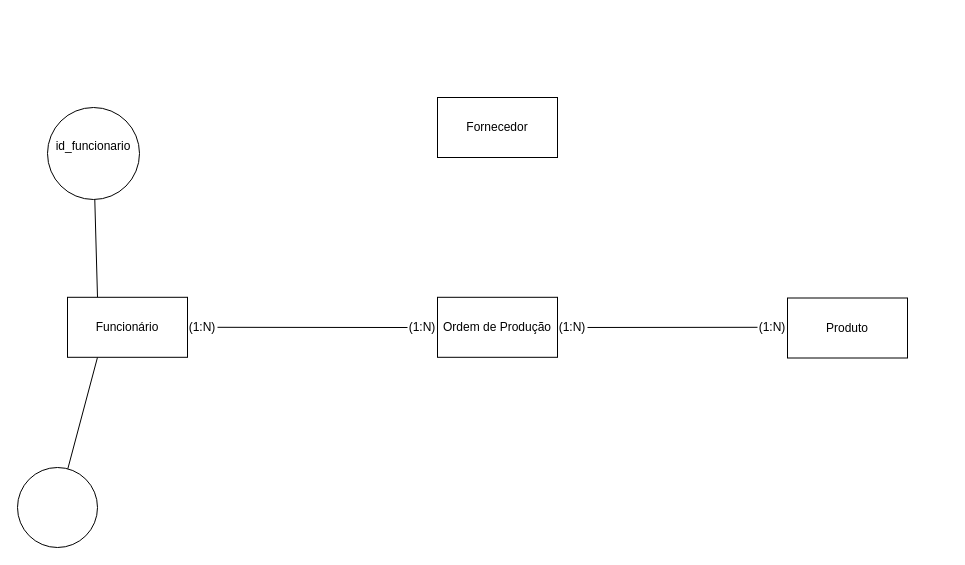
Before: page "Sistem de Gestão de Ordens de Produção" (2 of 3) of BD/exercicios_DER.drawio in marcel-aita/DEVNOITE, a draw.io diagram. Source tidied: cells renumbered, new cells numbered last; positions are measured from the earlier drawing's top-left corner, leaving out a move shared by most shapes. Both pictures are drawn from the tidied source at 100%, with x=0, y=0 at pixel (17, 97).
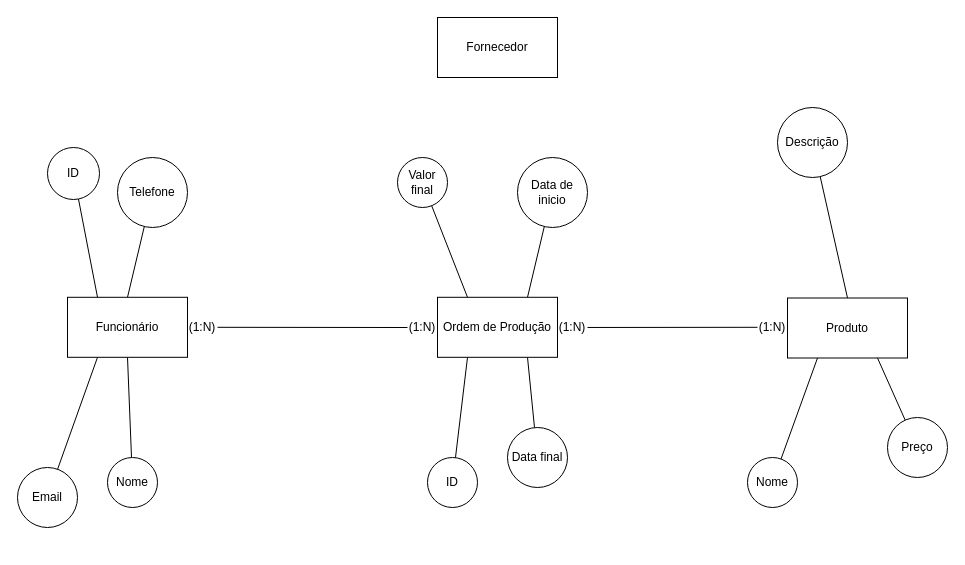
The same page after the edit.

The change refers to these unchanged cells:
```xml
<mxCell id="6" value="Funcionário" style="rounded=0;whiteSpace=wrap;html=1;" parent="1" vertex="1">
  <mxGeometry x="50" y="199.8" width="120" height="60" as="geometry" />
</mxCell>
<mxCell id="9" value="Produto" style="rounded=0;whiteSpace=wrap;html=1;" parent="1" vertex="1">
  <mxGeometry x="770" y="200.5" width="120" height="60" as="geometry" />
</mxCell>
<mxCell id="15" value="Ordem de Produção" style="rounded=0;whiteSpace=wrap;html=1;" parent="1" vertex="1">
  <mxGeometry x="420" y="199.8" width="120" height="60" as="geometry" />
</mxCell>
```

Diff of the diagram source:
```diff
@@
+    <mxCell id="21" style="edgeStyle=none;shape=connector;rounded=1;html=1;exitX=0.5;exitY=0;exitDx=0;exitDy=0;strokeColor=default;align=center;verticalAlign=middle;fontFamily=Helvetica;fontSize=12;fontColor=default;labelBackgroundColor=default;endArrow=none;endFill=0;" parent="1" edge="1" source="6" target="30">
+      <mxGeometry relative="1" as="geometry" />
+    </mxCell>
+    <mxCell id="22" style="edgeStyle=none;shape=connector;rounded=1;html=1;exitX=0.5;exitY=1;exitDx=0;exitDy=0;strokeColor=default;align=center;verticalAlign=middle;fontFamily=Helvetica;fontSize=12;fontColor=default;labelBackgroundColor=default;endArrow=none;endFill=0;" parent="1" edge="1" source="6" target="31">
+      <mxGeometry relative="1" as="geometry" />
+    </mxCell>
@@
     <mxCell id="7" value="Fornecedor" style="rounded=0;whiteSpace=wrap;html=1;" parent="1" vertex="1">
-      <mxGeometry x="420" width="120" height="60" as="geometry" />
+      <mxGeometry x="420" y="-80" width="120" height="60" as="geometry" />
     </mxCell>
-    <mxCell id="8" value="id_funcionario&lt;div&gt;&lt;br&gt;&lt;/div&gt;" style="ellipse;whiteSpace=wrap;html=1;" parent="1" vertex="1">
-      <mxGeometry x="30" y="10" width="92" height="92" as="geometry" />
+    <mxCell id="8" value="ID" style="ellipse;whiteSpace=wrap;html=1;" parent="1" vertex="1">
+      <mxGeometry x="30" y="50" width="52" height="52" as="geometry" />
     </mxCell>
+    <mxCell id="23" style="edgeStyle=none;shape=connector;rounded=1;html=1;exitX=0.25;exitY=1;exitDx=0;exitDy=0;strokeColor=default;align=center;verticalAlign=middle;fontFamily=Helvetica;fontSize=12;fontColor=default;labelBackgroundColor=default;endArrow=none;endFill=0;" parent="1" edge="1" source="9" target="35">
+      <mxGeometry relative="1" as="geometry" />
+    </mxCell>
+    <mxCell id="24" style="edgeStyle=none;shape=connector;rounded=1;html=1;exitX=0.5;exitY=0;exitDx=0;exitDy=0;strokeColor=default;align=center;verticalAlign=middle;fontFamily=Helvetica;fontSize=12;fontColor=default;labelBackgroundColor=default;endArrow=none;endFill=0;" parent="1" edge="1" source="9" target="36">
+      <mxGeometry relative="1" as="geometry" />
+    </mxCell>
+    <mxCell id="25" style="edgeStyle=none;shape=connector;rounded=1;html=1;exitX=0.75;exitY=1;exitDx=0;exitDy=0;strokeColor=default;align=center;verticalAlign=middle;fontFamily=Helvetica;fontSize=12;fontColor=default;labelBackgroundColor=default;endArrow=none;endFill=0;" parent="1" edge="1" source="9" target="37">
+      <mxGeometry relative="1" as="geometry" />
+    </mxCell>
@@
+    <mxCell id="26" style="edgeStyle=none;shape=connector;rounded=1;html=1;exitX=0.25;exitY=1;exitDx=0;exitDy=0;strokeColor=default;align=center;verticalAlign=middle;fontFamily=Helvetica;fontSize=12;fontColor=default;labelBackgroundColor=default;endArrow=none;endFill=0;" parent="1" edge="1" source="15" target="32">
+      <mxGeometry relative="1" as="geometry" />
+    </mxCell>
+    <mxCell id="27" style="edgeStyle=none;shape=connector;rounded=1;html=1;exitX=0.75;exitY=0;exitDx=0;exitDy=0;strokeColor=default;align=center;verticalAlign=middle;fontFamily=Helvetica;fontSize=12;fontColor=default;labelBackgroundColor=default;endArrow=none;endFill=0;" parent="1" edge="1" source="15" target="33">
+      <mxGeometry relative="1" as="geometry" />
+    </mxCell>
+    <mxCell id="28" style="edgeStyle=none;shape=connector;rounded=1;html=1;exitX=0.75;exitY=1;exitDx=0;exitDy=0;strokeColor=default;align=center;verticalAlign=middle;fontFamily=Helvetica;fontSize=12;fontColor=default;labelBackgroundColor=default;endArrow=none;endFill=0;" parent="1" edge="1" source="15" target="34">
+      <mxGeometry relative="1" as="geometry" />
+    </mxCell>
+    <mxCell id="29" style="edgeStyle=none;shape=connector;rounded=1;html=1;exitX=0.25;exitY=0;exitDx=0;exitDy=0;strokeColor=default;align=center;verticalAlign=middle;fontFamily=Helvetica;fontSize=12;fontColor=default;labelBackgroundColor=default;endArrow=none;endFill=0;" parent="1" edge="1" source="15" target="38">
+      <mxGeometry relative="1" as="geometry" />
+    </mxCell>
@@
-    <mxCell id="20" style="ellipse;whiteSpace=wrap;html=1;" parent="1" vertex="1">
-      <mxGeometry y="370" width="80" height="80" as="geometry" />
+    <mxCell id="20" value="Email" style="ellipse;whiteSpace=wrap;html=1;" parent="1" vertex="1">
+      <mxGeometry y="370" width="60" height="60" as="geometry" />
     </mxCell>
+    <mxCell id="30" value="Telefone" style="ellipse;whiteSpace=wrap;html=1;rounded=0;align=center;verticalAlign=middle;fontFamily=Helvetica;fontSize=12;" parent="1" vertex="1">
+      <mxGeometry x="100" y="60" width="70" height="70" as="geometry" />
+    </mxCell>
+    <mxCell id="31" value="Nome" style="ellipse;whiteSpace=wrap;html=1;rounded=0;strokeColor=default;align=center;verticalAlign=middle;fontFamily=Helvetica;fontSize=12;fontColor=default;fillColor=default;" parent="1" vertex="1">
+      <mxGeometry x="90" y="360" width="50" height="50" as="geometry" />
+    </mxCell>
+    <mxCell id="32" value="ID" style="ellipse;whiteSpace=wrap;html=1;rounded=0;strokeColor=default;align=center;verticalAlign=middle;fontFamily=Helvetica;fontSize=12;fontColor=default;fillColor=default;" parent="1" vertex="1">
+      <mxGeometry x="410" y="360" width="50" height="50" as="geometry" />
+    </mxCell>
+    <mxCell id="33" value="Data de inicio" style="ellipse;whiteSpace=wrap;html=1;rounded=0;strokeColor=default;align=center;verticalAlign=middle;fontFamily=Helvetica;fontSize=12;fontColor=default;fillColor=default;" parent="1" vertex="1">
+      <mxGeometry x="500" y="60" width="70" height="70" as="geometry" />
+    </mxCell>
+    <mxCell id="34" value="Data final" style="ellipse;whiteSpace=wrap;html=1;rounded=0;strokeColor=default;align=center;verticalAlign=middle;fontFamily=Helvetica;fontSize=12;fontColor=default;fillColor=default;" parent="1" vertex="1">
+      <mxGeometry x="490" y="330" width="60" height="60" as="geometry" />
+    </mxCell>
+    <mxCell id="35" value="Nome" style="ellipse;whiteSpace=wrap;html=1;rounded=0;strokeColor=default;align=center;verticalAlign=middle;fontFamily=Helvetica;fontSize=12;fontColor=default;fillColor=default;" parent="1" vertex="1">
+      <mxGeometry x="730" y="360" width="50" height="50" as="geometry" />
+    </mxCell>
+    <mxCell id="36" value="Descrição" style="ellipse;whiteSpace=wrap;html=1;rounded=0;strokeColor=default;align=center;verticalAlign=middle;fontFamily=Helvetica;fontSize=12;fontColor=default;fillColor=default;" parent="1" vertex="1">
+      <mxGeometry x="760" y="10" width="70" height="70" as="geometry" />
+    </mxCell>
+    <mxCell id="37" value="Preço" style="ellipse;whiteSpace=wrap;html=1;rounded=0;strokeColor=default;align=center;verticalAlign=middle;fontFamily=Helvetica;fontSize=12;fontColor=default;fillColor=default;" parent="1" vertex="1">
+      <mxGeometry x="870" y="320" width="60" height="60" as="geometry" />
+    </mxCell>
+    <mxCell id="38" value="Valor final" style="ellipse;whiteSpace=wrap;html=1;rounded=0;strokeColor=default;align=center;verticalAlign=middle;fontFamily=Helvetica;fontSize=12;fontColor=default;fillColor=default;" parent="1" vertex="1">
+      <mxGeometry x="380" y="60" width="50" height="50" as="geometry" />
+    </mxCell>
```
